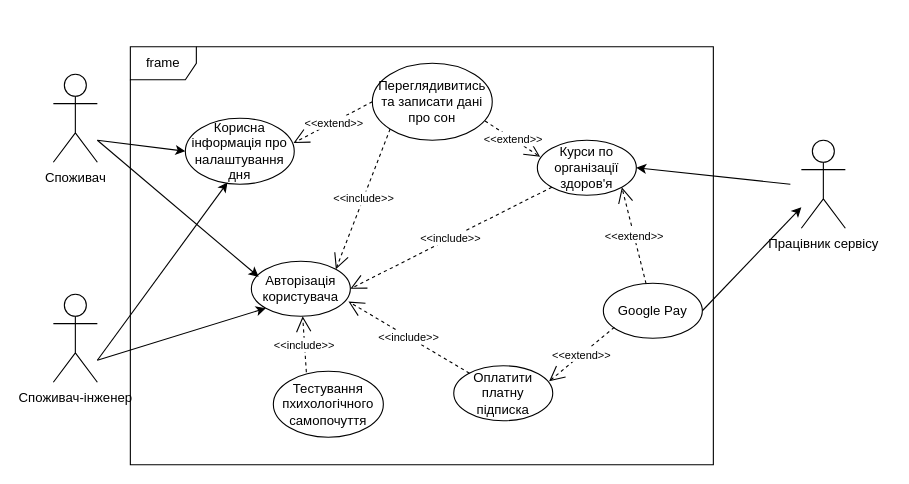
This is 1-SoftwareRequirements/1.3-SoftwareUserRequirements/1.3.3-UseCaseDiagram/Диаграмма без названия.drawio from oleksandrblazhko/ai201-bogachik, a draw.io file, before an edit. Source tidied: cells renumbered, new cells numbered last; positions are measured from the earlier drawing's top-left corner, leaving out a move shared by most shapes. Both pictures are drawn from the tidied source at 110%, with x=0, y=0 at pixel (53, 46).
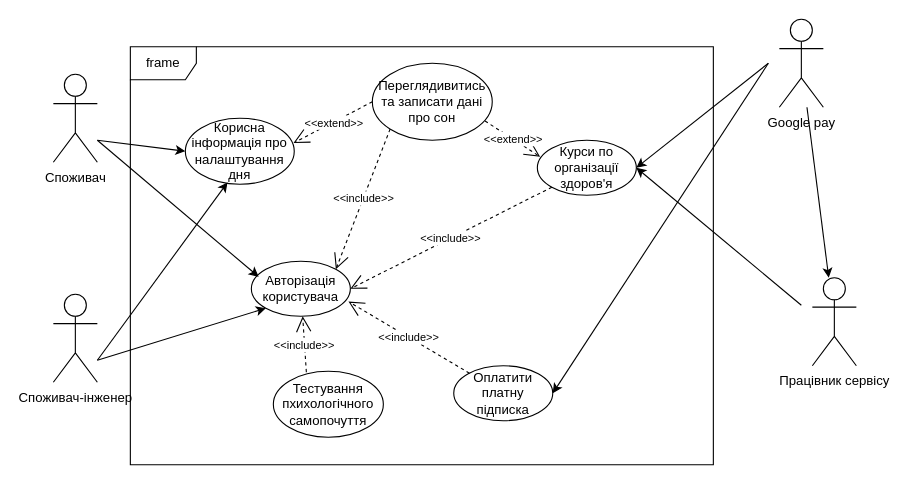
The same diagram, later.

The change refers to these unchanged cells:
```xml
<mxCell id="9" value="Оплатити платну підписка" style="ellipse;whiteSpace=wrap;html=1;" parent="1" vertex="1">
  <mxGeometry x="364" y="290" width="90" height="50" as="geometry" />
</mxCell>
<mxCell id="12" value="Курси по організації здоров'я" style="ellipse;whiteSpace=wrap;html=1;" parent="1" vertex="1">
  <mxGeometry x="440" y="85" width="90" height="50" as="geometry" />
</mxCell>
```

Change to the diagram source:
```diff
@@
     <mxCell id="4" value="Працівник сервісу" style="shape=umlActor;verticalLabelPosition=bottom;verticalAlign=top;html=1;" parent="1" vertex="1">
-      <mxGeometry x="680" y="85" width="40" height="80" as="geometry" />
+      <mxGeometry x="690" y="210" width="40" height="80" as="geometry" />
     </mxCell>
@@
-    <mxCell id="11" value="Google Pay" style="ellipse;whiteSpace=wrap;html=1;" parent="1" vertex="1">
-      <mxGeometry x="500" y="215" width="90" height="50" as="geometry" />
-    </mxCell>
@@
-    <mxCell id="13" style="endArrow=classic;html=1;rounded=0;exitX=1;exitY=0.5;exitDx=0;exitDy=0;" parent="1" edge="1" source="11" target="4">
+    <mxCell id="13" style="endArrow=classic;html=1;rounded=0;" parent="1" edge="1" source="27" target="4">
       <mxGeometry relative="1" as="geometry" />
     </mxCell>
@@
     <mxCell id="18" style="endArrow=classic;html=1;rounded=0;entryX=1;entryY=0.5;entryDx=0;entryDy=0;" parent="1" edge="1" target="12">
       <mxGeometry relative="1" as="geometry">
-        <mxPoint x="670" y="125" as="sourcePoint" />
+        <mxPoint x="680" y="235" as="sourcePoint" />
       </mxGeometry>
     </mxCell>
@@
-    <mxCell id="23" value="&lt;font style=&quot;font-size: 10px;&quot;&gt;&amp;lt;&amp;lt;extend&amp;gt;&amp;gt;&lt;/font&gt;" style="endArrow=open;endSize=12;dashed=1;html=1;rounded=0;entryX=1;entryY=1;entryDx=0;entryDy=0;" parent="1" edge="1" source="11" target="12">
-      <mxGeometry relative="1" as="geometry" />
-    </mxCell>
-    <mxCell id="24" value="&lt;font style=&quot;font-size: 10px;&quot;&gt;&amp;lt;&amp;lt;extend&amp;gt;&amp;gt;&lt;/font&gt;" style="endArrow=open;endSize=12;dashed=1;html=1;rounded=0;entryX=0.963;entryY=0.283;entryDx=0;entryDy=0;entryPerimeter=0;" parent="1" edge="1" target="9">
-      <mxGeometry relative="1" as="geometry">
-        <mxPoint x="510" y="255" as="sourcePoint" />
-      </mxGeometry>
-    </mxCell>
@@
+    <mxCell id="27" value="Google pay" style="shape=umlActor;verticalLabelPosition=bottom;verticalAlign=top;html=1;" parent="1" vertex="1">
+      <mxGeometry x="660" y="-25" width="40" height="80" as="geometry" />
+    </mxCell>
+    <mxCell id="28" style="endArrow=classic;html=1;rounded=0;entryX=1;entryY=0.5;entryDx=0;entryDy=0;" parent="1" edge="1" target="9">
+      <mxGeometry relative="1" as="geometry">
+        <mxPoint x="650" y="15" as="sourcePoint" />
+      </mxGeometry>
+    </mxCell>
+    <mxCell id="29" style="endArrow=classic;html=1;rounded=0;entryX=1;entryY=0.5;entryDx=0;entryDy=0;" parent="1" edge="1" target="12">
+      <mxGeometry relative="1" as="geometry">
+        <mxPoint x="650" y="15" as="sourcePoint" />
+      </mxGeometry>
+    </mxCell>
```
